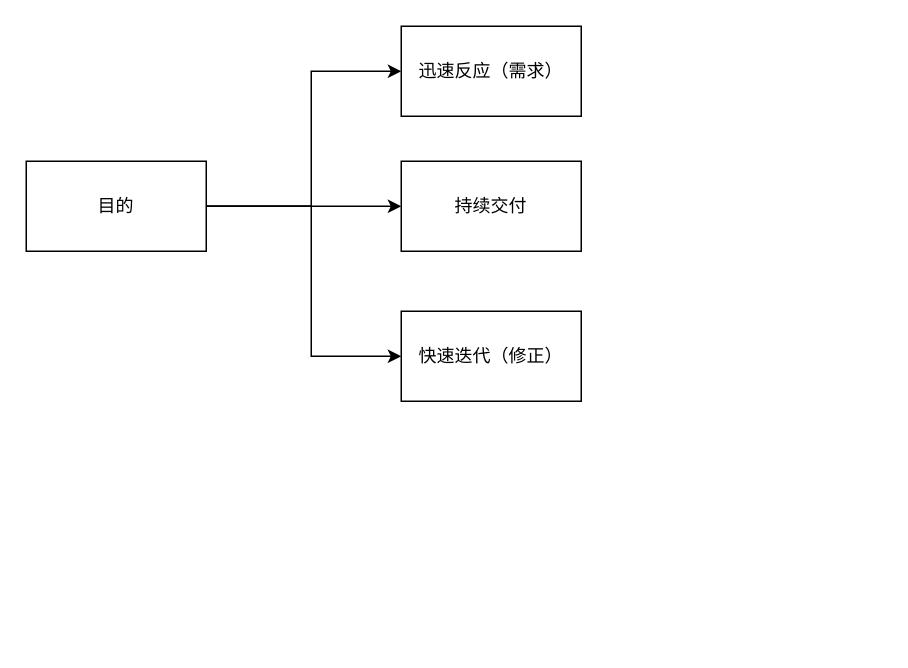
This is 软件目的.drawio from Evan2698/WorkFlowItem, a draw.io file, before an edit. Source tidied: cells renumbered, new cells numbered last; positions are measured from the earlier drawing's top-left corner, leaving out a move shared by most shapes. Both pictures are drawn from the tidied source at 150%, with x=0, y=0 at pixel (26, 26).
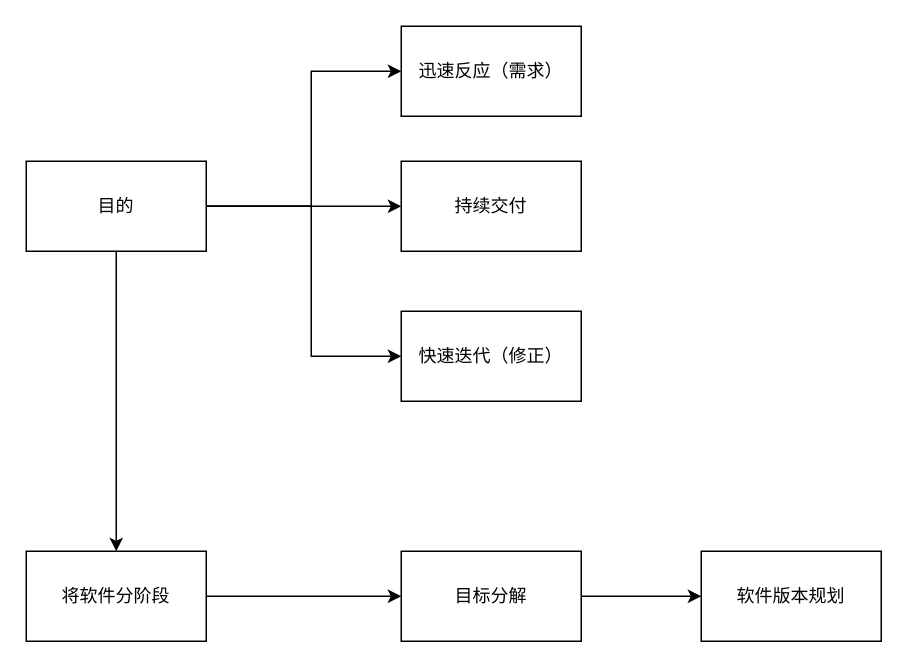
Above is the later version.

Change to the diagram source:
```diff
@@
 <mxGraphModel>
   <root>
     <mxCell id="0" />
     <mxCell id="1" parent="0" />
     <mxCell id="2" style="edgeStyle=orthogonalEdgeStyle;rounded=0;jettySize=auto;html=1;" parent="1" edge="1" target="6">
       <mxGeometry relative="1" as="geometry">
         <mxPoint x="120" y="120" as="sourcePoint" />
         <Array as="points">
           <mxPoint x="190" y="120" />
           <mxPoint x="190" y="30" />
         </Array>
       </mxGeometry>
     </mxCell>
     <mxCell id="3" style="edgeStyle=orthogonalEdgeStyle;rounded=0;jettySize=auto;html=1;" parent="1" edge="1" source="5" target="7">
       <mxGeometry relative="1" as="geometry" />
     </mxCell>
     <mxCell id="4" style="edgeStyle=orthogonalEdgeStyle;rounded=0;jettySize=auto;html=1;" parent="1" edge="1" source="5" target="8">
       <mxGeometry relative="1" as="geometry">
         <Array as="points">
           <mxPoint x="190" y="120" />
           <mxPoint x="190" y="220" />
         </Array>
       </mxGeometry>
     </mxCell>
+    <mxCell id="9" style="edgeStyle=orthogonalEdgeStyle;rounded=0;jettySize=auto;html=1;" parent="1" edge="1" source="5" target="11">
+      <mxGeometry relative="1" as="geometry" />
+    </mxCell>
     <mxCell id="5" value="目的" style="rounded=0;whiteSpace=wrap;html=1;" parent="1" vertex="1">
       <mxGeometry y="90" width="120" height="60" as="geometry" />
     </mxCell>
     <mxCell id="6" value="迅速反应（需求）" style="rounded=0;whiteSpace=wrap;html=1;" parent="1" vertex="1">
       <mxGeometry x="250" width="120" height="60" as="geometry" />
     </mxCell>
     <mxCell id="7" value="持续交付" style="rounded=0;whiteSpace=wrap;html=1;" parent="1" vertex="1">
       <mxGeometry x="250" y="90" width="120" height="60" as="geometry" />
     </mxCell>
     <mxCell id="8" value="快速迭代（修正）" style="rounded=0;whiteSpace=wrap;html=1;" parent="1" vertex="1">
       <mxGeometry x="250" y="190" width="120" height="60" as="geometry" />
     </mxCell>
+    <mxCell id="10" style="edgeStyle=orthogonalEdgeStyle;rounded=0;jettySize=auto;html=1;" parent="1" edge="1" source="11" target="13">
+      <mxGeometry relative="1" as="geometry" />
+    </mxCell>
+    <mxCell id="11" value="将软件分阶段" style="rounded=0;whiteSpace=wrap;html=1;" parent="1" vertex="1">
+      <mxGeometry y="350" width="120" height="60" as="geometry" />
+    </mxCell>
+    <mxCell id="12" style="edgeStyle=orthogonalEdgeStyle;rounded=0;jettySize=auto;html=1;" parent="1" edge="1" source="13" target="14">
+      <mxGeometry relative="1" as="geometry" />
+    </mxCell>
+    <mxCell id="13" value="目标分解" style="rounded=0;whiteSpace=wrap;html=1;" parent="1" vertex="1">
+      <mxGeometry x="250" y="350" width="120" height="60" as="geometry" />
+    </mxCell>
+    <mxCell id="14" value="软件版本规划" style="rounded=0;whiteSpace=wrap;html=1;" parent="1" vertex="1">
+      <mxGeometry x="450" y="350" width="120" height="60" as="geometry" />
+    </mxCell>
   </root>
 </mxGraphModel>
```
